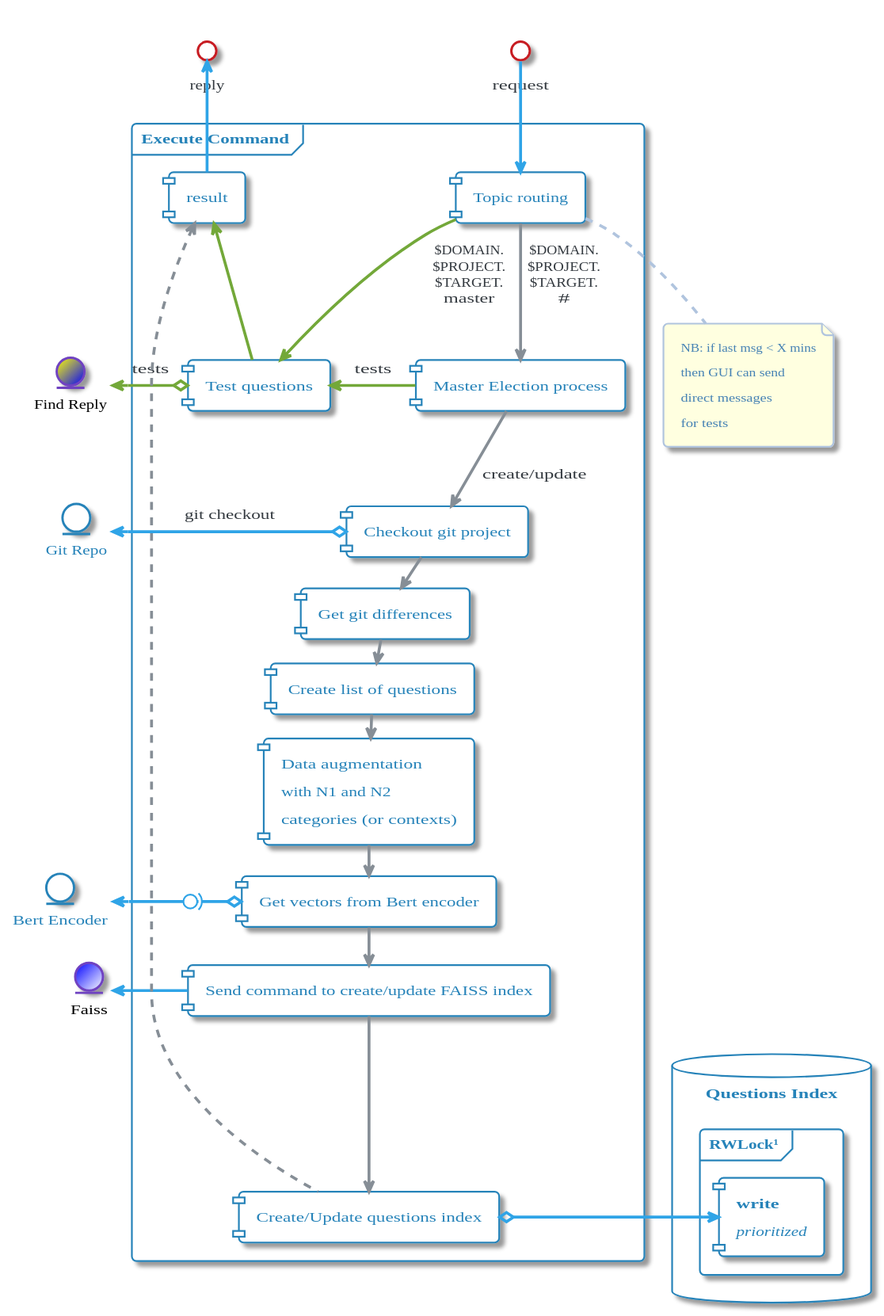
Above: images/plantuml/Admin/admin/Admin_Manage.svg in momenttech/maestro-architecture (PlantUML), before the change. The source it was exported from:
```plantuml
@startuml Admin_Manage




skinparam backgroundColor White








skinparam defaultFontName       "Verdana"
skinparam defaultFontSize       12
skinparam dpi                   100
skinparam shadowing             True
skinparam roundcorner           8
skinparam ParticipantPadding    40
skinparam BoxPadding            40
skinparam Padding               5
skinparam ArrowColor            #868E96
skinparam stereotype {
    CBackgroundColor #EDF0F2
    CBorderColor #BABDBF
    ABackgroundColor #8FB961
    ABorderColor $SUCCESS_DARK
    IBackgroundColor #D2494E
    IBorderColor $DANGER_DARK
    EBackgroundColor #E47833
    EBorderColor $WARNING_DARK
    NBackgroundColor #35638F
    NBorderColor $INFO_DARK
}
skinparam title {
	FontColor	                 #2FA4E7
	BorderColor	                 #BABDBF
	FontSize	    	         20
	BorderRoundCorner            8
	BorderThickness 	         1
	BackgroundColor              White
}

skinparam legend {
	BackgroundColor White
	BorderColor #BABDBF
	FontColor #343A40
}


skinparam activity {
		FontColor #2683B9
	BorderColor #2683B9
	BackgroundColor White
	BarColor #73A839
	StartColor #033C73
	EndColor #033C73
	DiamondBackgroundColor White
  	DiamondBorderColor #BABDBF
	DiamondFontColor #BABDBF
}


skinparam participant {
		FontColor #2683B9
	BorderColor #2683B9
	BackgroundColor White
	ParticipantBorderThickness 2
}


skinparam actor {
		FontColor #2683B9
	BorderColor #2683B9
	BackgroundColor White
}


skinparam arrow {
	Thickness 2.5
	Color #2FA4E7
	FontColor #343A40
}


skinparam sequence {
	BorderColor #2FA4E7
	TitleFontColor #2FA4E7
	BackgroundColor White
	StartColor #2FA4E7
	EndColor #2FA4E7
	BoxBackgroundColor White
	BoxBorderColor #868E96
	BoxFontColor #343A40
	LifeLineBorderColor #BABDBF
	LifeLineBorderThickness 2
	LifeLineBackgroundColor White
	GroupBorderColor #868E96
	GroupFontColor #343A40
	GroupHeaderFontColor #033C73
	DividerBackgroundColor White
    DividerBorderColor #868E96
    DividerBorderThickness 2
    DividerFontColor #343A40
	ReferenceBackgroundColor White
	ReferenceBorderColor #868E96
	ReferenceFontColor #343A40
	ReferenceHeaderFontColor #033C73
}


skinparam partition {
	BorderColor #2FA4E7
	FontColor #2FA4E7
	BackgroundColor White
}


skinparam collections {
		FontColor #2683B9
	BorderColor #2683B9
	BackgroundColor White
}


skinparam control {
		FontColor #2683B9
	BorderColor #2683B9
	BackgroundColor White
}


skinparam entity {
		FontColor #2683B9
	BorderColor #2683B9
	BackgroundColor White
}


skinparam boundary {
		FontColor #2683B9
	BorderColor #2683B9
	BackgroundColor White
}


skinparam agent {
	BackgroundColor White
	BorderColor #999999
	FontColor #333333
}


skinparam note {
	BorderThickness 1
	BackgroundColor White
	BorderColor #033C73
	FontColor #033C73
}


skinparam artifact {
	BackgroundColor White
	BorderColor #868E96
	FontColor #868E96
}


skinparam component {
		FontColor #2683B9
	BorderColor #2683B9
	BackgroundColor White

}


skinparam interface {
	BackgroundColor  White
	BorderColor  #C71C22
	FontColor #343A40
}


skinparam storage {
	BackgroundColor White
  	BorderColor #DD5600
	FontColor #DD5600
}


skinparam node {
	BackgroundColor White
	BorderColor #343A40
	FontColor #343A40
}


skinparam cloud {
	BackgroundColor #F2FCFE-#eeeeee
	BorderColor #F2FCFE
	FontColor #343A40
}


skinparam database {
		FontColor #2683B9
	BorderColor #2683B9
	BackgroundColor White
}


skinparam class {
		FontColor #2683B9
	BorderColor #2683B9
	BackgroundColor White
	HeaderBackgroundColor #2FA4E7-#2683B9
	StereotypeFontColor #343A40
	BorderThickness 1
	AttributeFontColor #343A40
	AttributeFontSize 11
}


skinparam object {
		FontColor #2683B9
	BorderColor #2683B9
	BackgroundColor White
	StereotypeFontColor #343A40
	BorderThickness 1
	AttributeFontColor #BABDBF
	AttributeFontSize 11
}


skinparam usecase {
		FontColor #2683B9
	BorderColor #2683B9
	BackgroundColor White
	BorderThickness 2
	StereotypeFontColor #2FA4E7
}


skinparam rectangle {
		FontColor #2683B9
	BorderColor #2683B9
	BackgroundColor White
	BorderThickness 2
	StereotypeFontColor #2FA4E7
}


skinparam package {
	BackgroundColor #F2FCFE-#eeeeee
  	BorderColor #033C73
	FontColor #033C73
	BorderThickness 2
}


skinparam folder {
	BackgroundColor White
  	BorderColor #DD5600
	FontColor #DD5600
	BorderThickness 2
}


skinparam frame {
		FontColor #2683B9
	BorderColor #2683B9
	BackgroundColor White
	BorderThickness 2
	StereotypeFontColor #2FA4E7
}



skinparam state {
		FontColor #2683B9
	BorderColor #2683B9
	BackgroundColor White
	StartColor #033C73
	EndColor #033C73
	AttributeFontColor #BABDBF
	AttributeFontSize 11
}


skinparam queue {
		FontColor #2683B9
	BorderColor #2683B9
	BackgroundColor White
}


skinparam card {
	BackgroundColor White
	BorderColor #033C73
	FontColor #033C73
}


skinparam file {
	BackgroundColor White
	BorderColor #868E96
	FontColor #868E96
}


skinparam stack {
		FontColor #2683B9
	BorderColor #2683B9
	BackgroundColor White
}



hide stereotype

skinparam backgroundColor transparent
!pragma horizontalLineBetweenDifferentPackageAllowed

skinparam file<<NOTE>> {
	BorderThickness 0.5
    BackgroundColor LightYellow
	BorderColor LightSteelBlue
	FontColor SteelBlue
    FontSize 10
    ArrowColor LightSteelBlue
}
skinparam arrow<<NOTE>> {
    Color LightSteelBlue
}





skinparam node<<MULTITHREADED>>{
    FontColor #E47833
	BorderColor #E47833
	BackgroundColor White
	BorderThickness 2
	StereotypeFontColor #2FA4E7
}


skinparam package<<CONTAINER>>{
    	BackgroundColor #eeeeee
  	BorderColor #033C73
	FontColor #033C73
	BorderThickness 2
}
skinparam frame<<CONTAINER>>{
    	BackgroundColor #eeeeee
  	BorderColor #033C73
	FontColor #033C73
	BorderThickness 2
}


skinparam rectangle<<boundary>> {
    BackgroundColor #eeeeee
    Shadowing false
    StereotypeFontSize 0
    FontColor #444444
    BorderColor #444444
    BorderStyle dashed
    BoxPadding 0
}

skinparam file<<docker_params>> {
    Shadowing True
    FontSize 10
}












skinparam nodesep 30
skinparam ranksep 20

skinparam Entity<<FINDREP>>{
    FontColor black
	BorderColor #6F42C1
	BackgroundColor #Yellow/Blue
}
skinparam Entity<<FAISS>>{
    FontColor black
	BorderColor #6F42C1
	BackgroundColor #Blue/White
}
skinparam arrow<<TEST>> {
	Thickness 1
	Color #73A839
	FontColor #343A40
}
skinparam arrow<<INTRA>> {
	Color #868E96
}







Entity "Git Repo" as GitRepo
Entity "Find Reply" <<FINDREP>> as FindReply
Entity "Bert Encoder" as AdminEncoder
Entity Faiss <<FAISS>>


        frame "Execute Command" as AdminExecCommand {
            [Topic routing] as AdminTopicRouting
            [result] as AdminRes
            [Test questions] as AdminMasterCmd
            [Master Election process] as AdminElectMaster
            [Checkout git project] as AdminCheckout
            [Get git differences] as AdminGetDiff
            [Create list of questions] as AdminCreateQuestions
            [Data augmentation\nwith N1 and N2\ncategories (or contexts)] as AdminDataAugment
            [Get vectors from Bert encoder] as AdminEncodeSent
            [Send command to create/update FAISS index] as FaissCmd
            [Create/Update questions index] as AdminCreateIndex
        }
            interface "request" as ADMIN_MSG_REQ
            interface "reply" as ADMIN_MSG_REP
            ADMIN_MSG_REQ -d-> AdminTopicRouting
            AdminRes -u-> ADMIN_MSG_REP


            file "NB: if last msg < X mins\nthen GUI can send\ndirect messages\nfor tests" as AdminTopicRouting_note <<NOTE>>
    AdminTopicRouting .d. AdminTopicRouting_note<<NOTE>>
        AdminTopicRouting --> AdminElectMaster<<INTRA>>: $DOMAIN.\n$PROJECT.\n$TARGET.\n#
        AdminElectMaster -l-> AdminMasterCmd<<TEST>>: tests
        AdminMasterCmd o-l-> FindReply<<TEST>>: tests
        AdminMasterCmd -u-> AdminRes<<TEST>>
        AdminTopicRouting --> AdminMasterCmd<<TEST>>: $DOMAIN.\n$PROJECT.\n$TARGET.\nmaster
        AdminElectMaster --> AdminCheckout<<INTRA>>: create/update
        AdminCheckout o-l-> GitRepo: git checkout
        AdminCheckout --> AdminGetDiff<<INTRA>>
        AdminGetDiff --> AdminCreateQuestions<<INTRA>>
        AdminCreateQuestions --> AdminDataAugment<<INTRA>>
        AdminDataAugment --> AdminEncodeSent<<INTRA>>
        AdminEncodeSent o-l0)-> AdminEncoder
        AdminEncodeSent --> FaissCmd<<INTRA>>
        FaissCmd -l-> Faiss
        FaissCmd --> AdminCreateIndex<<INTRA>>
        AdminCreateIndex ..u-> AdminRes<<INTRA>>


        database "Questions Index" as AdminIndex {
            frame "RWLock¹" as AdminRWLock {
                    component "<b>write</b>\n<i>prioritized</i>" as admin_write
            }
        }
            AdminCreateIndex o-l-> admin_write



@enduml
```
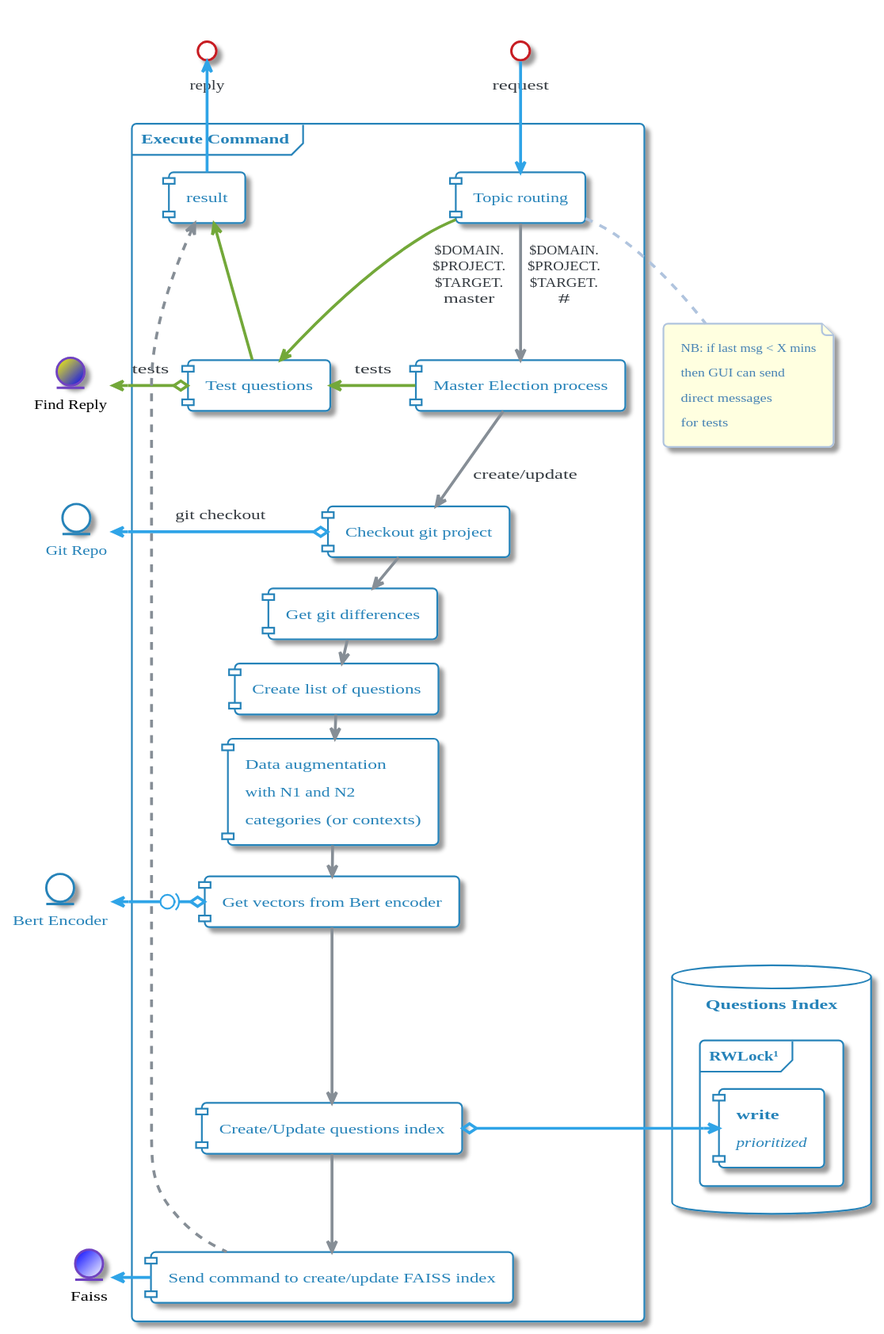
Above is the later version.

Diff of the diagram source:
```diff
@@ -431,8 +431,8 @@
             [Create list of questions] as AdminCreateQuestions
             [Data augmentation\nwith N1 and N2\ncategories (or contexts)] as AdminDataAugment
             [Get vectors from Bert encoder] as AdminEncodeSent
+            [Create/Update questions index] as AdminCreateIndex
             [Send command to create/update FAISS index] as FaissCmd
-            [Create/Update questions index] as AdminCreateIndex
         }
             interface "request" as ADMIN_MSG_REQ
             interface "reply" as ADMIN_MSG_REP
@@ -454,10 +454,10 @@
         AdminCreateQuestions --> AdminDataAugment<<INTRA>>
         AdminDataAugment --> AdminEncodeSent<<INTRA>>
         AdminEncodeSent o-l0)-> AdminEncoder
-        AdminEncodeSent --> FaissCmd<<INTRA>>
+        AdminEncodeSent --> AdminCreateIndex<<INTRA>>
+        AdminCreateIndex --> FaissCmd<<INTRA>>
         FaissCmd -l-> Faiss
-        FaissCmd --> AdminCreateIndex<<INTRA>>
-        AdminCreateIndex ..u-> AdminRes<<INTRA>>
+        FaissCmd ..u-> AdminRes<<INTRA>>
 
 
         database "Questions Index" as AdminIndex {
```
